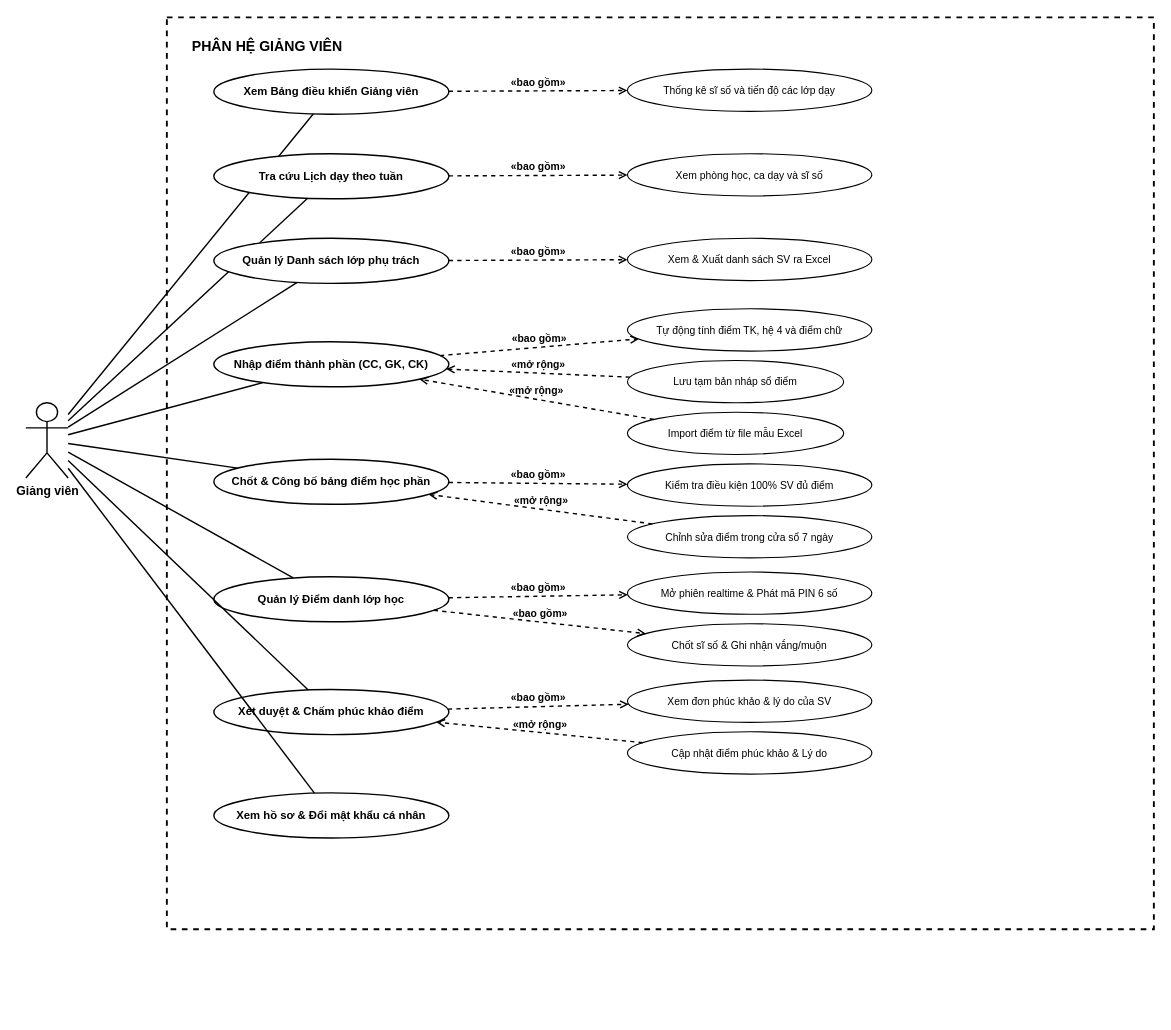
Earlier version of the draw.io diagram page "4. Phân hệ Giảng viên" (4 of 5) of drawio/UseCase_Diagrams.drawio (DevMarkie/DoAnChuyenNganh). Source tidied: cells renumbered, new cells numbered last; positions are measured from the earlier drawing's top-left corner, leaving out a move shared by most shapes. Both pictures are drawn from the tidied source at 94%, with x=0, y=0 at pixel (25, 17).
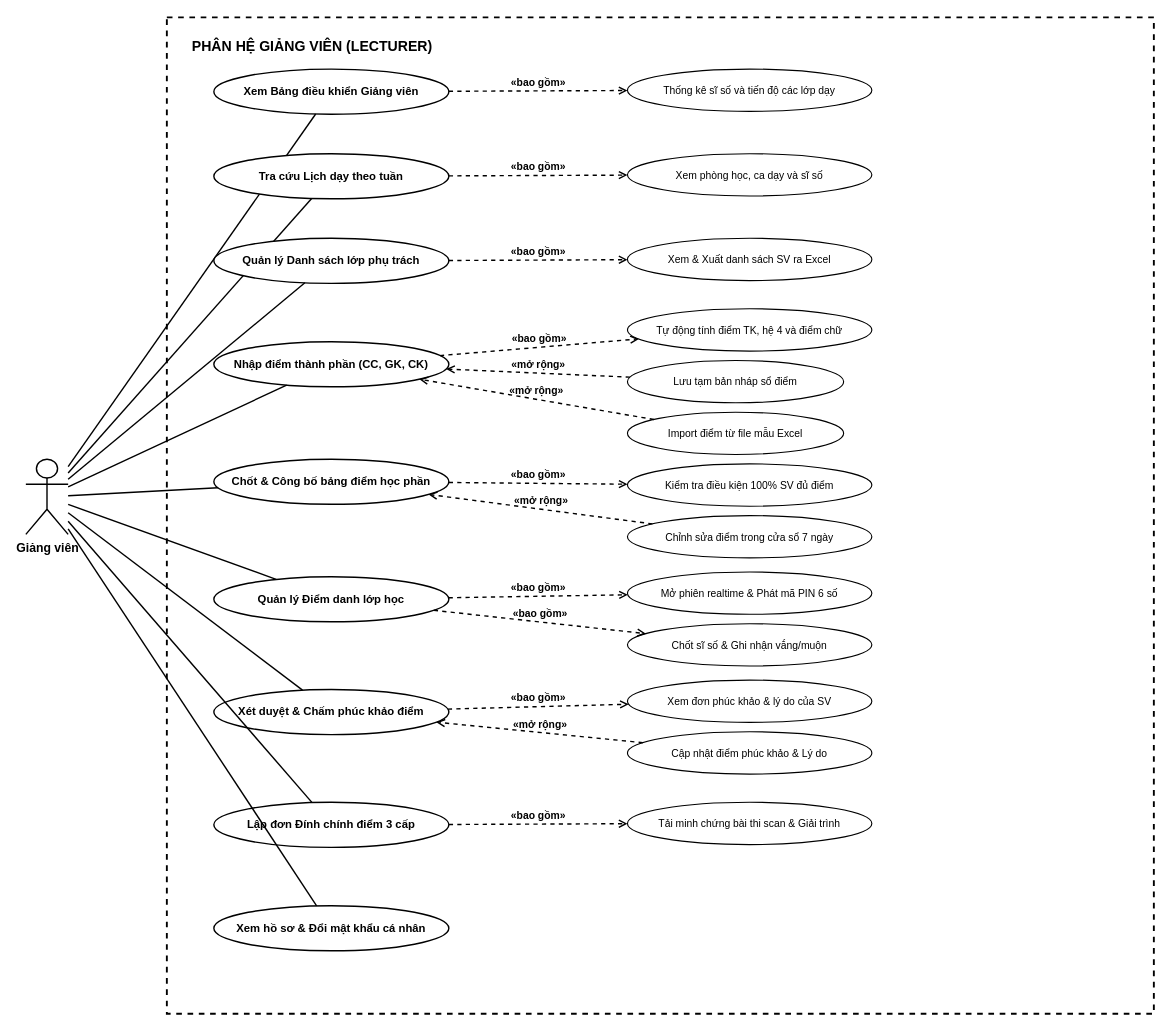
The same page after the edit.

The edit, as a diff of the source:
```diff
@@
-    <mxCell id="2" value="PHÂN HỆ GIẢNG VIÊN" style="rounded=0;whiteSpace=wrap;html=1;fillColor=none;strokeColor=#000000;strokeWidth=2;dashed=1;verticalAlign=top;align=left;spacingLeft=25;spacingTop=15;fontStyle=1;fontSize=15;fontColor=#000000;" parent="1" vertex="1">
-      <mxGeometry x="150" width="1050" height="970" as="geometry" />
-    </mxCell>
+    <mxCell id="44" value="PHÂN HỆ GIẢNG VIÊN (LECTURER)" style="rounded=0;whiteSpace=wrap;html=1;fillColor=none;strokeColor=#000000;strokeWidth=2;dashed=1;verticalAlign=top;align=left;spacingLeft=25;spacingTop=15;fontStyle=1;fontSize=15;fontColor=#000000;" parent="1" vertex="1">
+      <mxGeometry x="150" width="1050" height="1060" as="geometry" />
+    </mxCell>
     <mxCell id="3" value="Giảng viên" style="shape=umlActor;verticalLabelPosition=bottom;verticalAlign=top;html=1;outlineConnect=0;fontStyle=1;fontSize=13;fontColor=#000000;strokeColor=#000000;fillColor=#ffffff;strokeWidth=1.5;" parent="1" vertex="1">
-      <mxGeometry y="410" width="45" height="80" as="geometry" />
+      <mxGeometry y="470" width="45" height="80" as="geometry" />
     </mxCell>
@@
+    <mxCell id="45" value="Lập đơn Đính chính điểm 3 cấp" style="ellipse;whiteSpace=wrap;html=1;fontSize=12;fontStyle=1;fillColor=#ffffff;strokeColor=#000000;strokeWidth=1.5;fontColor=#000000;" parent="1" vertex="1">
+      <mxGeometry x="200" y="835" width="250" height="48" as="geometry" />
+    </mxCell>
+    <mxCell id="46" style="endArrow=none;html=1;strokeWidth=1.5;strokeColor=#000000;" parent="1" edge="1" source="3" target="45">
+      <mxGeometry relative="1" as="geometry" />
+    </mxCell>
     <mxCell id="18" value="Xem hồ sơ &amp; Đổi mật khẩu cá nhân" style="ellipse;whiteSpace=wrap;html=1;fontSize=12;fontStyle=1;fillColor=#ffffff;strokeColor=#000000;strokeWidth=1.5;fontColor=#000000;" parent="1" vertex="1">
-      <mxGeometry x="200" y="825" width="250" height="48" as="geometry" />
+      <mxGeometry x="200" y="945" width="250" height="48" as="geometry" />
     </mxCell>
@@
+    <mxCell id="47" value="Tải minh chứng bài thi scan &amp; Giải trình" style="ellipse;whiteSpace=wrap;html=1;fontSize=11;fontStyle=0;fillColor=#ffffff;strokeColor=#000000;strokeWidth=1.2;fontColor=#000000;" parent="1" vertex="1">
+      <mxGeometry x="640" y="835" width="260" height="45" as="geometry" />
+    </mxCell>
+    <mxCell id="48" value="«bao gồm»" style="html=1;verticalAlign=bottom;labelBackgroundColor=none;labelBorderColor=none;fillColor=none;endArrow=open;endFill=0;dashed=1;strokeColor=#000000;strokeWidth=1.5;fontColor=#000000;fontSize=11;fontStyle=1;" parent="1" edge="1" source="45" target="47">
+      <mxGeometry relative="1" as="geometry" />
+    </mxCell>
```
